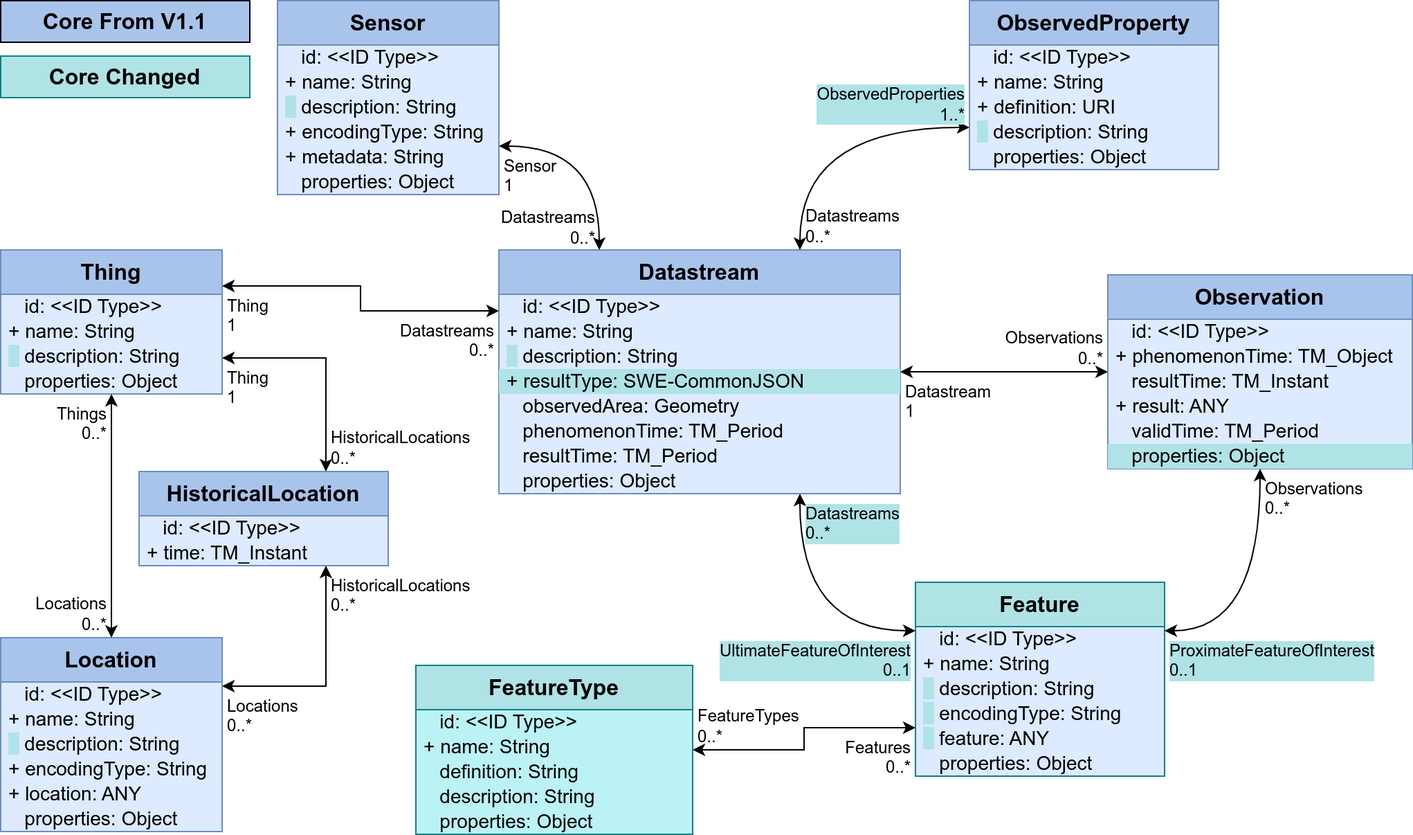
The draw.io diagram figures/Datamodel-SensorThingsApi-V2-proposal-1-Core.drawio.png in opengeospatial/sensorthings, before a commit. Source tidied: cells renumbered, new cells last; positions are measured from the earlier drawing's top-left corner, leaving out a move shared by most shapes.
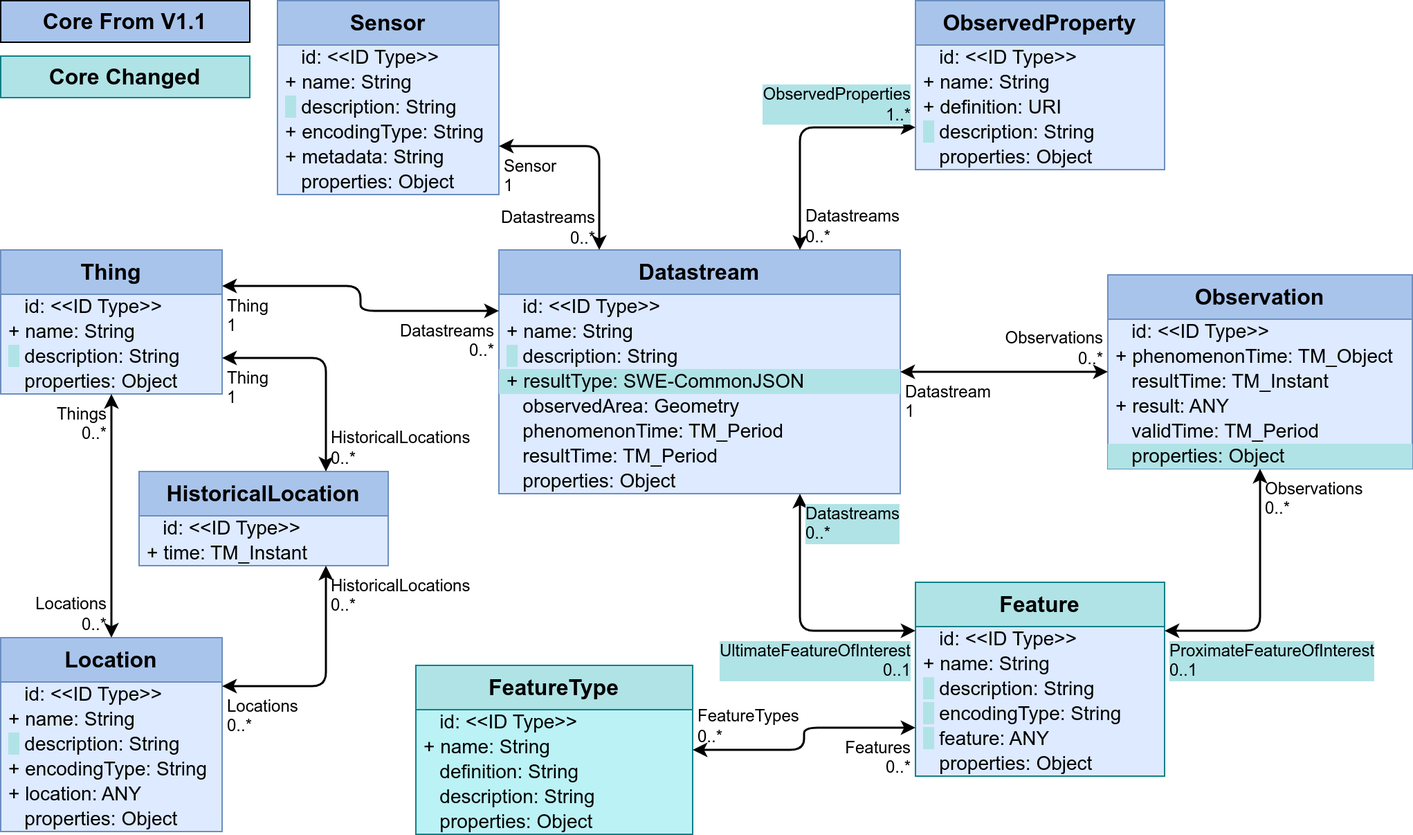
After the commit.

Change to the diagram source:
```diff
@@ -50,7 +50,7 @@
     <mxCell id="17" value="&amp;nbsp;&amp;nbsp;&amp;nbsp;properties: Object" style="text;strokeColor=none;fillColor=none;align=left;verticalAlign=middle;spacingLeft=4;spacingRight=4;overflow=visible;html=1;fontSize=14;" parent="11" vertex="1">
       <mxGeometry y="122" width="180" height="18" as="geometry" />
     </mxCell>
-    <mxCell id="18" style="endArrow=classic;startArrow=classic;html=1;rounded=0;exitX=0;exitY=0.25;exitDx=0;exitDy=0;edgeStyle=orthogonalEdgeStyle;entryX=0.75;entryY=1;entryDx=0;entryDy=0;curved=1;" parent="1" edge="1" source="11" target="2">
+    <mxCell id="18" style="endArrow=classic;startArrow=classic;html=1;rounded=1;exitX=0;exitY=0.25;exitDx=0;exitDy=0;edgeStyle=orthogonalEdgeStyle;entryX=0.75;entryY=1;entryDx=0;entryDy=0;curved=0;strokeWidth=1.5;" parent="1" edge="1" source="11" target="2">
       <mxGeometry relative="1" as="geometry" />
     </mxCell>
     <mxCell id="19" value="UltimateFeatureOfInterest&lt;br&gt;0..1" style="edgeLabel;html=1;align=right;verticalAlign=top;labelBackgroundColor=#B0E3E6;fontSize=12;spacingLeft=1;spacing=3;spacingRight=2;" parent="18" vertex="1">
@@ -77,7 +77,7 @@
     <mxCell id="26" value="&amp;nbsp;&amp;nbsp;&amp;nbsp;properties: Object" style="text;strokeColor=none;fillColor=none;align=left;verticalAlign=middle;spacingLeft=4;spacingRight=4;overflow=visible;html=1;fontSize=14;" parent="21" vertex="1">
       <mxGeometry y="104" width="200" height="18" as="geometry" />
     </mxCell>
-    <mxCell id="27" style="endArrow=classic;startArrow=classic;html=1;rounded=0;edgeStyle=orthogonalEdgeStyle;entryX=0;entryY=0.75;entryDx=0;entryDy=0;exitX=1;exitY=0.5;exitDx=0;exitDy=0;" parent="1" edge="1" source="21" target="11">
+    <mxCell id="27" style="endArrow=classic;startArrow=classic;html=1;rounded=1;edgeStyle=orthogonalEdgeStyle;entryX=0;entryY=0.75;entryDx=0;entryDy=0;exitX=1;exitY=0.5;exitDx=0;exitDy=0;strokeWidth=1.5;curved=0;" parent="1" edge="1" source="21" target="11">
       <mxGeometry relative="1" as="geometry" />
     </mxCell>
     <mxCell id="28" value="FeatureTypes&lt;br&gt;0..*" style="edgeLabel;html=1;align=left;verticalAlign=bottom;labelBackgroundColor=none;fontSize=12;spacingLeft=1;spacing=3;spacingRight=2;" parent="27" vertex="1">
@@ -116,7 +116,7 @@
     <mxCell id="39" value="&amp;nbsp;&amp;nbsp;&amp;nbsp;properties: Object" style="text;strokeColor=none;fillColor=none;align=left;verticalAlign=middle;spacingLeft=4;spacingRight=4;overflow=visible;html=1;fontSize=14;" parent="33" vertex="1">
       <mxGeometry y="122" width="160" height="18" as="geometry" />
     </mxCell>
-    <mxCell id="40" style="endArrow=classic;startArrow=classic;html=1;rounded=0;entryX=0.75;entryY=1;entryDx=0;entryDy=0;edgeStyle=orthogonalEdgeStyle;exitX=1;exitY=0.25;exitDx=0;exitDy=0;" parent="1" edge="1" source="33" target="30">
+    <mxCell id="40" style="endArrow=classic;startArrow=classic;html=1;rounded=1;entryX=0.75;entryY=1;entryDx=0;entryDy=0;edgeStyle=orthogonalEdgeStyle;exitX=1;exitY=0.25;exitDx=0;exitDy=0;strokeWidth=1.5;curved=0;" parent="1" edge="1" source="33" target="30">
       <mxGeometry relative="1" as="geometry" />
     </mxCell>
     <mxCell id="41" value="Locations&lt;br&gt;0..*" style="edgeLabel;html=1;align=left;verticalAlign=top;labelBackgroundColor=none;fontSize=12;spacingLeft=1;spacing=3;spacingRight=2;" parent="40" vertex="1">
@@ -146,7 +146,7 @@
     <mxCell id="49" value="&amp;nbsp;&amp;nbsp;&amp;nbsp;properties: Object" style="text;strokeColor=none;fillColor=#b0e3e6;align=left;verticalAlign=middle;spacingLeft=4;spacingRight=4;overflow=visible;html=1;fontSize=14;" parent="43" vertex="1">
       <mxGeometry y="122" width="220" height="18" as="geometry" />
     </mxCell>
-    <mxCell id="50" style="endArrow=classic;startArrow=classic;html=1;rounded=0;exitX=0;exitY=0.5;exitDx=0;exitDy=0;entryX=1;entryY=0.5;entryDx=0;entryDy=0;edgeStyle=orthogonalEdgeStyle;" parent="1" edge="1" source="43" target="2">
+    <mxCell id="50" style="endArrow=classic;startArrow=classic;html=1;rounded=1;exitX=0;exitY=0.5;exitDx=0;exitDy=0;entryX=1;entryY=0.5;entryDx=0;entryDy=0;edgeStyle=orthogonalEdgeStyle;strokeWidth=1.5;curved=0;" parent="1" edge="1" source="43" target="2">
       <mxGeometry relative="1" as="geometry" />
     </mxCell>
     <mxCell id="51" value="Observations&lt;br&gt;0..*" style="edgeLabel;html=1;align=right;verticalAlign=bottom;labelBackgroundColor=none;fontSize=12;spacingLeft=1;spacing=3;spacingRight=2;" parent="50" vertex="1">
@@ -155,7 +155,7 @@
     <mxCell id="52" value="Datastream&lt;br&gt;1" style="edgeLabel;html=1;align=left;verticalAlign=top;labelBackgroundColor=none;fontSize=12;spacingLeft=1;spacing=3;spacingRight=2;" parent="50" vertex="1">
       <mxGeometry x="1" relative="1" as="geometry" />
     </mxCell>
-    <mxCell id="53" style="endArrow=classic;startArrow=classic;html=1;rounded=0;exitX=0.5;exitY=1;exitDx=0;exitDy=0;edgeStyle=orthogonalEdgeStyle;entryX=1;entryY=0.25;entryDx=0;entryDy=0;curved=1;" parent="1" edge="1" source="43" target="11">
+    <mxCell id="53" style="endArrow=classic;startArrow=classic;html=1;rounded=1;exitX=0.5;exitY=1;exitDx=0;exitDy=0;edgeStyle=orthogonalEdgeStyle;entryX=1;entryY=0.25;entryDx=0;entryDy=0;curved=0;strokeWidth=1.5;" parent="1" edge="1" source="43" target="11">
       <mxGeometry relative="1" as="geometry" />
     </mxCell>
     <mxCell id="54" value="Observations&lt;br&gt;0..*" style="edgeLabel;html=1;align=left;verticalAlign=top;labelBackgroundColor=none;fontSize=12;spacingLeft=1;spacing=3;spacingRight=2;" parent="53" vertex="1">
@@ -165,7 +165,7 @@
       <mxGeometry x="1" relative="1" as="geometry" />
     </mxCell>
     <mxCell id="56" value="ObservedProperty" style="swimlane;fontStyle=1;horizontal=1;startSize=32;fontSize=16;whiteSpace=wrap;html=1;fillColor=#A9C4EB;strokeColor=#6c8ebf;swimlaneFillColor=#DDEAFF;verticalAlign=top;" parent="1" vertex="1">
-      <mxGeometry x="700" width="180" height="122" as="geometry" />
+      <mxGeometry x="661" width="180" height="122" as="geometry" />
     </mxCell>
     <mxCell id="57" value="&amp;nbsp;&amp;nbsp;&amp;nbsp;id: &amp;lt;&amp;lt;ID Type&amp;gt;&amp;gt;" style="text;strokeColor=none;fillColor=none;align=left;verticalAlign=middle;spacingLeft=4;spacingRight=4;overflow=visible;html=1;fontSize=14;" parent="56" vertex="1">
       <mxGeometry y="32" width="180" height="18" as="geometry" />
@@ -182,7 +182,7 @@
     <mxCell id="61" value="&amp;nbsp;&amp;nbsp;&amp;nbsp;properties: Object" style="text;strokeColor=none;fillColor=none;align=left;verticalAlign=middle;spacingLeft=4;spacingRight=4;overflow=visible;html=1;fontSize=14;" parent="56" vertex="1">
       <mxGeometry y="104" width="180" height="18" as="geometry" />
     </mxCell>
-    <mxCell id="62" style="endArrow=classic;startArrow=classic;html=1;rounded=0;edgeStyle=orthogonalEdgeStyle;entryX=0.75;entryY=0;entryDx=0;entryDy=0;exitX=0;exitY=0.75;exitDx=0;exitDy=0;curved=1;" parent="1" edge="1" source="56" target="2">
+    <mxCell id="62" style="endArrow=classic;startArrow=classic;html=1;rounded=1;edgeStyle=orthogonalEdgeStyle;entryX=0.75;entryY=0;entryDx=0;entryDy=0;exitX=0;exitY=0.75;exitDx=0;exitDy=0;curved=0;strokeWidth=1.5;" parent="1" edge="1" source="56" target="2">
       <mxGeometry relative="1" as="geometry" />
     </mxCell>
     <mxCell id="63" value="ObservedProperties&lt;br&gt;1..*" style="edgeLabel;html=1;align=right;verticalAlign=bottom;labelBackgroundColor=#B0E3E6;fontSize=12;spacingLeft=1;spacing=3;spacingRight=2;" parent="62" vertex="1">
@@ -212,7 +212,7 @@
     <mxCell id="71" value="&amp;nbsp;&amp;nbsp;&amp;nbsp;properties: Object" style="text;strokeColor=none;fillColor=none;align=left;verticalAlign=middle;spacingLeft=4;spacingRight=4;overflow=visible;html=1;fontSize=14;" parent="65" vertex="1">
       <mxGeometry y="122" width="160" height="18" as="geometry" />
     </mxCell>
-    <mxCell id="72" style="endArrow=classic;startArrow=classic;html=1;rounded=0;entryX=0.25;entryY=0;entryDx=0;entryDy=0;edgeStyle=orthogonalEdgeStyle;exitX=1;exitY=0.75;exitDx=0;exitDy=0;curved=1;" parent="1" edge="1" source="65" target="2">
+    <mxCell id="72" style="endArrow=classic;startArrow=classic;html=1;rounded=1;entryX=0.25;entryY=0;entryDx=0;entryDy=0;edgeStyle=orthogonalEdgeStyle;exitX=1;exitY=0.75;exitDx=0;exitDy=0;curved=0;strokeWidth=1.5;" parent="1" edge="1" source="65" target="2">
       <mxGeometry relative="1" as="geometry" />
     </mxCell>
     <mxCell id="73" value="Sensor&lt;br&gt;1" style="edgeLabel;html=1;align=left;verticalAlign=top;labelBackgroundColor=none;fontSize=12;spacingLeft=1;spacing=3;spacingRight=2;" parent="72" vertex="1">
@@ -236,7 +236,7 @@
     <mxCell id="79" value="&amp;nbsp;&amp;nbsp;&amp;nbsp;properties: Object" style="text;strokeColor=none;fillColor=none;align=left;verticalAlign=middle;spacingLeft=4;spacingRight=4;overflow=visible;html=1;fontSize=14;" parent="75" vertex="1">
       <mxGeometry y="86" width="160" height="18" as="geometry" />
     </mxCell>
-    <mxCell id="80" style="endArrow=classic;startArrow=classic;html=1;rounded=0;exitX=1;exitY=0.75;exitDx=0;exitDy=0;edgeStyle=orthogonalEdgeStyle;entryX=0.75;entryY=0;entryDx=0;entryDy=0;" parent="1" edge="1" source="75" target="30">
+    <mxCell id="80" style="endArrow=classic;startArrow=classic;html=1;rounded=1;exitX=1;exitY=0.75;exitDx=0;exitDy=0;edgeStyle=orthogonalEdgeStyle;entryX=0.75;entryY=0;entryDx=0;entryDy=0;strokeWidth=1.5;curved=0;" parent="1" edge="1" source="75" target="30">
       <mxGeometry relative="1" as="geometry" />
     </mxCell>
     <mxCell id="81" value="Thing&lt;br&gt;1" style="edgeLabel;html=1;align=left;verticalAlign=top;labelBackgroundColor=none;fontSize=12;spacingLeft=1;spacing=3;spacingRight=2;" parent="80" vertex="1">
@@ -245,7 +245,7 @@
     <mxCell id="82" value="HistoricalLocations&lt;br&gt;0..*" style="edgeLabel;html=1;align=left;verticalAlign=bottom;labelBackgroundColor=none;fontSize=12;spacingLeft=1;spacing=3;spacingRight=2;" parent="80" vertex="1">
       <mxGeometry x="1" relative="1" as="geometry" />
     </mxCell>
-    <mxCell id="83" style="endArrow=classic;startArrow=classic;html=1;rounded=0;noEdgeStyle=1;entryX=0.5;entryY=0;entryDx=0;entryDy=0;exitX=0.5;exitY=1;exitDx=0;exitDy=0;" parent="1" edge="1" source="75" target="33">
+    <mxCell id="83" style="endArrow=classic;startArrow=classic;html=1;rounded=1;noEdgeStyle=1;entryX=0.5;entryY=0;entryDx=0;entryDy=0;exitX=0.5;exitY=1;exitDx=0;exitDy=0;strokeWidth=1.5;curved=0;" parent="1" edge="1" source="75" target="33">
       <mxGeometry relative="1" as="geometry" />
     </mxCell>
     <mxCell id="84" value="Things&lt;br&gt;0..*" style="edgeLabel;html=1;align=right;verticalAlign=top;labelBackgroundColor=none;fontSize=12;spacingLeft=1;spacing=3;spacingRight=2;" parent="83" vertex="1">
@@ -254,7 +254,7 @@
     <mxCell id="85" value="Locations&lt;br&gt;0..*" style="edgeLabel;html=1;align=right;verticalAlign=bottom;labelBackgroundColor=none;fontSize=12;spacingLeft=1;spacing=3;spacingRight=2;" parent="83" vertex="1">
       <mxGeometry x="1" relative="1" as="geometry" />
     </mxCell>
-    <mxCell id="86" style="endArrow=classic;startArrow=classic;html=1;rounded=0;edgeStyle=orthogonalEdgeStyle;entryX=0;entryY=0.25;entryDx=0;entryDy=0;exitX=1;exitY=0.25;exitDx=0;exitDy=0;" parent="1" edge="1" source="75" target="2">
+    <mxCell id="86" style="endArrow=classic;startArrow=classic;html=1;rounded=1;edgeStyle=orthogonalEdgeStyle;entryX=0;entryY=0.25;entryDx=0;entryDy=0;exitX=1;exitY=0.25;exitDx=0;exitDy=0;strokeWidth=1.5;curved=0;" parent="1" edge="1" source="75" target="2">
       <mxGeometry relative="1" as="geometry" />
     </mxCell>
     <mxCell id="87" value="Thing&lt;br&gt;1" style="edgeLabel;html=1;align=left;verticalAlign=top;labelBackgroundColor=none;fontSize=12;spacingLeft=1;spacing=3;spacingRight=2;" parent="86" vertex="1">
```
